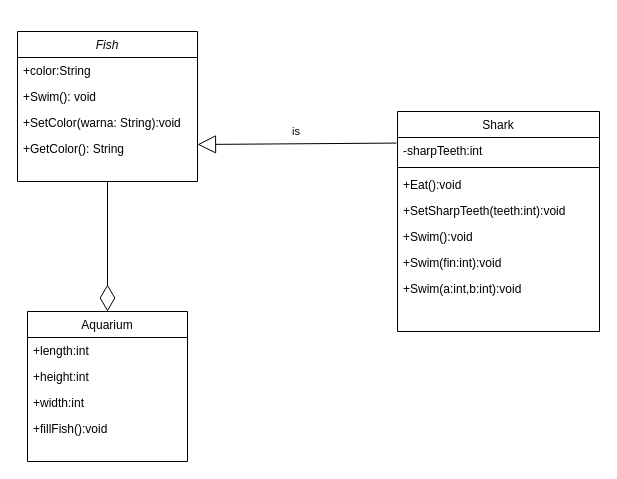
Earlier version of the draw.io diagram Exercise1Diagram.drawio (fxrhxnS/Week2Diagram). Source tidied: cells renumbered, new cells numbered last; positions are measured from the earlier drawing's top-left corner, leaving out a move shared by most shapes. Both pictures are drawn from the tidied source at 100%, with x=0, y=0 at pixel (17, 31).
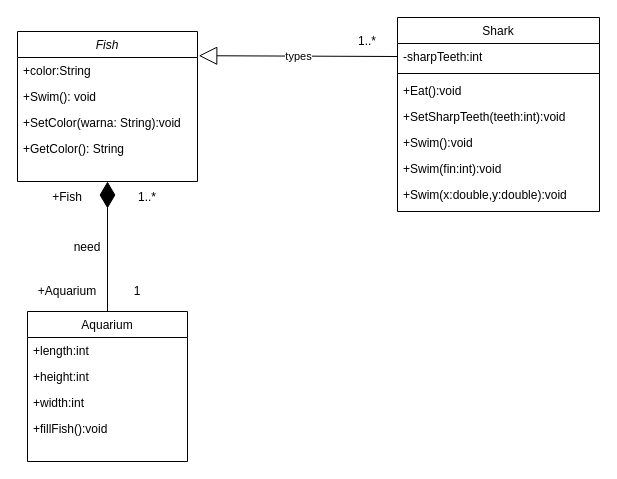
Above is the later version.

The change refers to these unchanged cells:
```xml
<mxCell id="2" value="Fish" style="swimlane;fontStyle=2;align=center;verticalAlign=top;horizontal=1;startSize=26;rounded=0;shadow=0;strokeWidth=1;" parent="1" vertex="1">
  <mxGeometry width="180" height="150" as="geometry" />
</mxCell>
<mxCell id="3" value="+color:String" style="text;align=left;verticalAlign=top;spacingLeft=4;spacingRight=4;overflow=hidden;points=[[0,0.5],[1,0.5]];portConstraint=eastwest;" parent="2" vertex="1">
  <mxGeometry y="26" width="180" height="26" as="geometry" />
</mxCell>
<mxCell id="8" value="-sharpTeeth:int" style="text;align=left;verticalAlign=top;spacingLeft=4;spacingRight=4;overflow=hidden;points=[[0,0.5],[1,0.5]];portConstraint=eastwest;" parent="7" vertex="1">
  <mxGeometry y="26" width="202" height="26" as="geometry" />
</mxCell>
```

Diff of the diagram source:
```diff
@@
+    <mxCell id="15" value="Aquarium" style="swimlane;fontStyle=0;align=center;verticalAlign=top;horizontal=1;startSize=26;rounded=0;shadow=0;strokeWidth=1;" parent="1" vertex="1">
+      <mxGeometry x="10" y="280" width="160" height="150" as="geometry" />
+    </mxCell>
+    <mxCell id="16" value="+length:int" style="text;align=left;verticalAlign=top;spacingLeft=4;spacingRight=4;overflow=hidden;" parent="15" vertex="1">
+      <mxGeometry y="26" width="160" height="26" as="geometry" />
+    </mxCell>
+    <mxCell id="17" value="+height:int" style="text;align=left;verticalAlign=top;spacingLeft=4;spacingRight=4;overflow=hidden;rounded=0;shadow=0;html=0;" parent="15" vertex="1">
+      <mxGeometry y="52" width="160" height="26" as="geometry" />
+    </mxCell>
+    <mxCell id="18" value="+width:int" style="text;align=left;verticalAlign=top;spacingLeft=4;spacingRight=4;overflow=hidden;rounded=0;shadow=0;html=0;" parent="15" vertex="1">
+      <mxGeometry y="78" width="160" height="26" as="geometry" />
+    </mxCell>
+    <mxCell id="19" value="+fillFish():void" style="text;align=left;verticalAlign=top;spacingLeft=4;spacingRight=4;overflow=hidden;rounded=0;shadow=0;html=0;" parent="15" vertex="1">
+      <mxGeometry y="104" width="160" height="26" as="geometry" />
+    </mxCell>
+    <mxCell id="22" style="endArrow=diamondThin;endFill=1;endSize=24;html=1;exitX=0.5;exitY=0;exitDx=0;exitDy=0;entryX=0.5;entryY=1;entryDx=0;entryDy=0;" parent="1" edge="1" source="15" target="2">
+      <mxGeometry relative="1" as="geometry" />
+    </mxCell>
+    <mxCell id="23" value="1..*" style="text;html=1;strokeColor=none;fillColor=none;align=center;verticalAlign=middle;whiteSpace=wrap;rounded=0;" parent="1" vertex="1">
+      <mxGeometry x="330" width="40" height="20" as="geometry" />
+    </mxCell>
+    <mxCell id="24" value="types" style="endArrow=block;endSize=16;endFill=0;html=1;exitX=0;exitY=0.5;exitDx=0;exitDy=0;entryX=1.007;entryY=-0.069;entryDx=0;entryDy=0;entryPerimeter=0;" parent="1" edge="1" source="8" target="3">
+      <mxGeometry relative="1" as="geometry" />
+    </mxCell>
     <mxCell id="7" value="Shark" style="swimlane;fontStyle=0;align=center;verticalAlign=top;horizontal=1;startSize=26;rounded=0;shadow=0;strokeWidth=1;" parent="1" vertex="1">
-      <mxGeometry x="380" y="80" width="202" height="220" as="geometry" />
+      <mxGeometry x="380" y="-14" width="202" height="194" as="geometry" />
     </mxCell>
@@
-    <mxCell id="14" value="+Swim(a:int,b:int):void" style="text;align=left;verticalAlign=top;spacingLeft=4;spacingRight=4;overflow=hidden;" parent="7" vertex="1">
+    <mxCell id="14" value="+Swim(x:double,y:double):void" style="text;align=left;verticalAlign=top;spacingLeft=4;spacingRight=4;overflow=hidden;" parent="7" vertex="1">
       <mxGeometry y="164" width="202" height="26" as="geometry" />
     </mxCell>
-    <mxCell id="15" value="Aquarium" style="swimlane;fontStyle=0;align=center;verticalAlign=top;horizontal=1;startSize=26;rounded=0;shadow=0;strokeWidth=1;" parent="1" vertex="1">
-      <mxGeometry x="10" y="280" width="160" height="150" as="geometry" />
-    </mxCell>
-    <mxCell id="16" value="+length:int" style="text;align=left;verticalAlign=top;spacingLeft=4;spacingRight=4;overflow=hidden;" parent="15" vertex="1">
-      <mxGeometry y="26" width="160" height="26" as="geometry" />
-    </mxCell>
-    <mxCell id="17" value="+height:int" style="text;align=left;verticalAlign=top;spacingLeft=4;spacingRight=4;overflow=hidden;rounded=0;shadow=0;html=0;" parent="15" vertex="1">
-      <mxGeometry y="52" width="160" height="26" as="geometry" />
-    </mxCell>
-    <mxCell id="18" value="+width:int" style="text;align=left;verticalAlign=top;spacingLeft=4;spacingRight=4;overflow=hidden;rounded=0;shadow=0;html=0;" parent="15" vertex="1">
-      <mxGeometry y="78" width="160" height="26" as="geometry" />
-    </mxCell>
-    <mxCell id="19" value="+fillFish():void" style="text;align=left;verticalAlign=top;spacingLeft=4;spacingRight=4;overflow=hidden;rounded=0;shadow=0;html=0;" parent="15" vertex="1">
-      <mxGeometry y="104" width="160" height="26" as="geometry" />
-    </mxCell>
-    <mxCell id="20" value="is&amp;nbsp;" style="endArrow=block;endSize=16;endFill=0;html=1;exitX=-0.005;exitY=0.215;exitDx=0;exitDy=0;exitPerimeter=0;" parent="1" edge="1" source="8">
-      <mxGeometry x="-0.01" y="-12" relative="1" as="geometry">
-        <mxPoint x="180" y="113" as="targetPoint" />
-      </mxGeometry>
-    </mxCell>
-    <mxCell id="21" style="endArrow=diamondThin;endFill=0;endSize=24;html=1;exitX=0.5;exitY=1;exitDx=0;exitDy=0;entryX=0.5;entryY=0;entryDx=0;entryDy=0;" parent="1" edge="1" source="2" target="15">
-      <mxGeometry relative="1" as="geometry" />
-    </mxCell>
+    <mxCell id="25" value="need" style="text;html=1;strokeColor=none;fillColor=none;align=center;verticalAlign=middle;whiteSpace=wrap;rounded=0;" parent="1" vertex="1">
+      <mxGeometry x="50" y="206" width="40" height="20" as="geometry" />
+    </mxCell>
+    <mxCell id="26" value="+Aquarium" style="text;html=1;strokeColor=none;fillColor=none;align=center;verticalAlign=middle;whiteSpace=wrap;rounded=0;" parent="1" vertex="1">
+      <mxGeometry x="30" y="250" width="40" height="20" as="geometry" />
+    </mxCell>
+    <mxCell id="27" value="+Fish" style="text;html=1;strokeColor=none;fillColor=none;align=center;verticalAlign=middle;whiteSpace=wrap;rounded=0;" parent="1" vertex="1">
+      <mxGeometry x="30" y="156" width="40" height="20" as="geometry" />
+    </mxCell>
+    <mxCell id="28" value="1" style="text;html=1;strokeColor=none;fillColor=none;align=center;verticalAlign=middle;whiteSpace=wrap;rounded=0;" parent="1" vertex="1">
+      <mxGeometry x="100" y="250" width="40" height="20" as="geometry" />
+    </mxCell>
+    <mxCell id="29" value="1..*" style="text;html=1;strokeColor=none;fillColor=none;align=center;verticalAlign=middle;whiteSpace=wrap;rounded=0;" parent="1" vertex="1">
+      <mxGeometry x="110" y="156" width="40" height="20" as="geometry" />
+    </mxCell>
```
